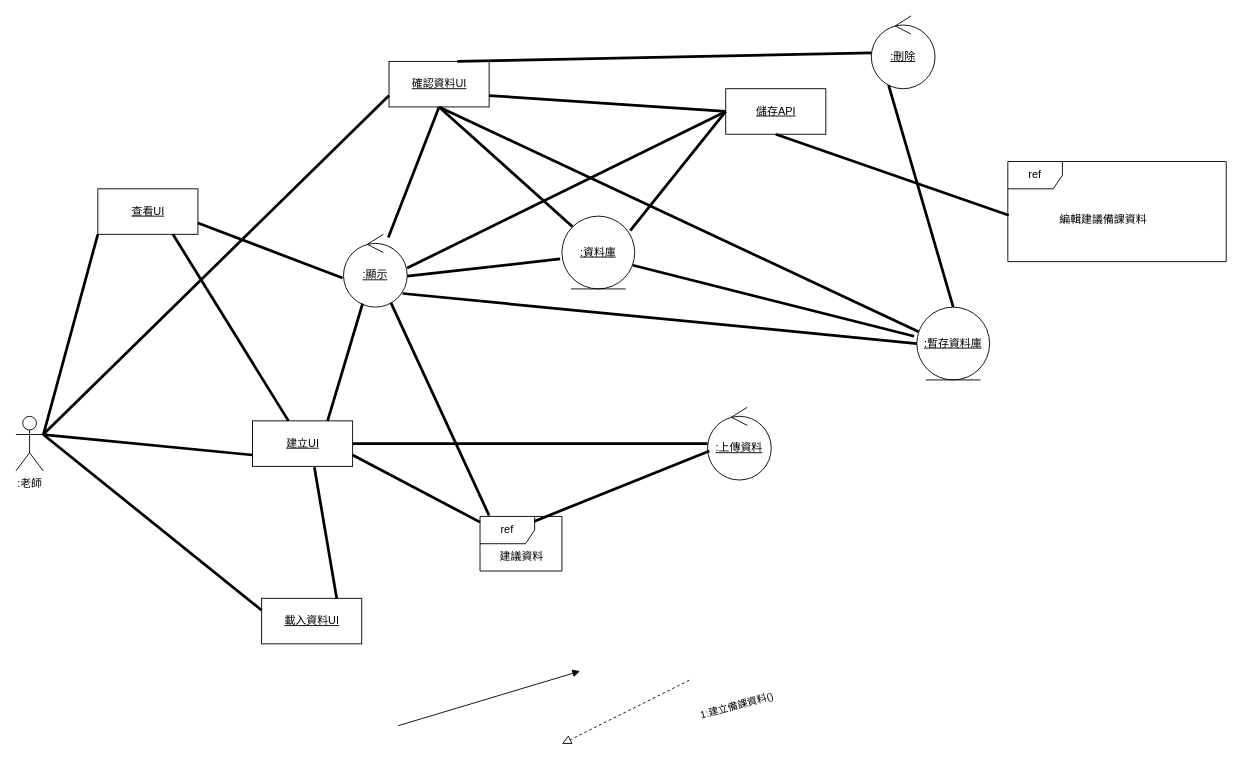
Earlier version of the draw.io diagram 溝通圖(完整版) .drawio (Kevincheng0804/System-analysis). Source tidied: cells renumbered, new cells numbered last; positions are measured from the earlier drawing's top-left corner, leaving out a move shared by most shapes. Both pictures are drawn from the tidied source at 91%, with x=0, y=0 at pixel (15, 15).
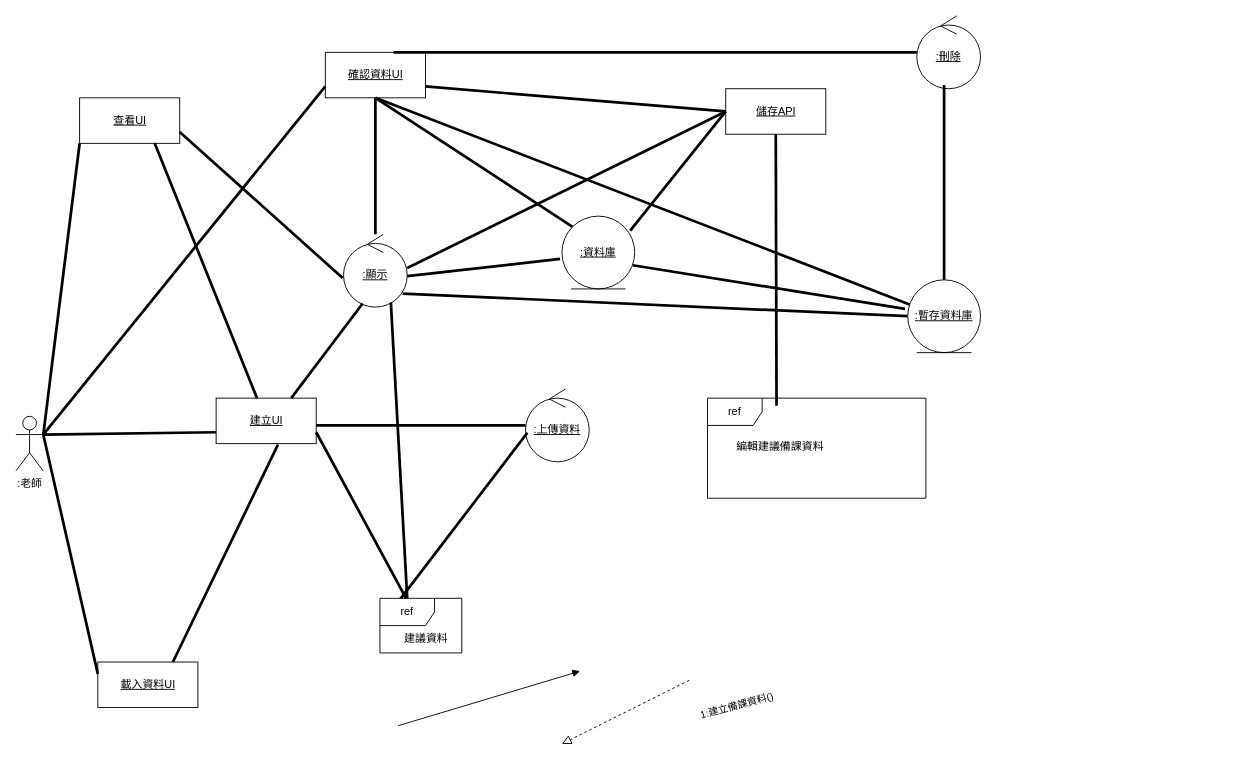
The same page after the edit.

Commit message:
更新溝通圖(完整版) .drawio

The change refers to these unchanged cells:
```xml
<mxCell id="7" value="&lt;u&gt;儲存API&lt;/u&gt;" style="html=1;" parent="1" vertex="1">
  <mxGeometry x="780" y="80" width="110" height="50" as="geometry" />
</mxCell>
<mxCell id="10" value="&lt;u&gt;:顯示&lt;/u&gt;" style="ellipse;shape=umlControl;whiteSpace=wrap;html=1;" parent="1" vertex="1">
  <mxGeometry x="360" y="240" width="70" height="80" as="geometry" />
</mxCell>
```

Diff of the diagram source:
```diff
@@
     <mxCell id="3" value="&lt;u&gt;查看UI&lt;/u&gt;" style="html=1;" parent="1" vertex="1">
-      <mxGeometry x="90" y="190" width="110" height="50" as="geometry" />
+      <mxGeometry x="70" y="90" width="110" height="50" as="geometry" />
     </mxCell>
     <mxCell id="4" value="&lt;u&gt;建立UI&lt;/u&gt;" style="html=1;" parent="1" vertex="1">
-      <mxGeometry x="260" y="445" width="110" height="50" as="geometry" />
+      <mxGeometry x="220" y="420" width="110" height="50" as="geometry" />
     </mxCell>
     <mxCell id="5" value="&lt;u&gt;載入資料UI&lt;/u&gt;" style="html=1;" parent="1" vertex="1">
-      <mxGeometry x="270" y="640" width="110" height="50" as="geometry" />
+      <mxGeometry x="90" y="710" width="110" height="50" as="geometry" />
     </mxCell>
     <mxCell id="6" value="&lt;u&gt;確認資料UI&lt;/u&gt;" style="html=1;" parent="1" vertex="1">
-      <mxGeometry x="410" y="50" width="110" height="50" as="geometry" />
+      <mxGeometry x="340" y="40" width="110" height="50" as="geometry" />
     </mxCell>
@@
     <mxCell id="8" value="&lt;u&gt;:刪除&lt;/u&gt;" style="ellipse;shape=umlControl;whiteSpace=wrap;html=1;" parent="1" vertex="1">
-      <mxGeometry x="940" width="70" height="80" as="geometry" />
+      <mxGeometry x="990" width="70" height="80" as="geometry" />
     </mxCell>
     <mxCell id="9" value="&lt;u&gt;:上傳資料&lt;/u&gt;" style="ellipse;shape=umlControl;whiteSpace=wrap;html=1;" parent="1" vertex="1">
-      <mxGeometry x="760" y="430" width="70" height="80" as="geometry" />
+      <mxGeometry x="560" y="410" width="70" height="80" as="geometry" />
     </mxCell>
@@
-    <mxCell id="20" style="endArrow=none;startArrow=none;endFill=0;startFill=0;endSize=8;html=1;verticalAlign=bottom;labelBackgroundColor=none;strokeWidth=3;rounded=0;exitX=1;exitY=0.5;exitDx=0;exitDy=0;" parent="1" edge="1" source="4" target="9">
-      <mxGeometry relative="1" as="geometry" />
+    <mxCell id="20" style="endArrow=none;startArrow=none;endFill=0;startFill=0;endSize=8;html=1;verticalAlign=bottom;labelBackgroundColor=none;strokeWidth=3;rounded=0;" parent="1" edge="1" target="9">
+      <mxGeometry relative="1" as="geometry">
+        <mxPoint x="330" y="450" as="sourcePoint" />
+      </mxGeometry>
     </mxCell>
@@
-    <mxCell id="29" style="endArrow=none;startArrow=none;endFill=0;startFill=0;endSize=8;html=1;verticalAlign=bottom;labelBackgroundColor=none;strokeWidth=3;rounded=0;exitX=0.5;exitY=1;exitDx=0;exitDy=0;entryX=0.004;entryY=0.536;entryDx=0;entryDy=0;entryPerimeter=0;" parent="1" edge="1" source="7" target="38">
+    <mxCell id="29" style="endArrow=none;startArrow=none;endFill=0;startFill=0;endSize=8;html=1;verticalAlign=bottom;labelBackgroundColor=none;strokeWidth=3;rounded=0;exitX=0.5;exitY=1;exitDx=0;exitDy=0;entryX=0.316;entryY=0.075;entryDx=0;entryDy=0;entryPerimeter=0;" parent="1" edge="1" source="7" target="38">
       <mxGeometry relative="1" as="geometry" />
     </mxCell>
@@
-    <mxCell id="34" style="endArrow=none;startArrow=none;endFill=0;startFill=0;endSize=8;html=1;verticalAlign=bottom;labelBackgroundColor=none;strokeWidth=3;rounded=0;exitX=0.271;exitY=0.95;exitDx=0;exitDy=0;exitPerimeter=0;entryX=0.5;entryY=0;entryDx=0;entryDy=0;" parent="1" edge="1" source="8" target="37">
-      <mxGeometry relative="1" as="geometry" />
+    <mxCell id="34" style="endArrow=none;startArrow=none;endFill=0;startFill=0;endSize=8;html=1;verticalAlign=bottom;labelBackgroundColor=none;strokeWidth=3;rounded=0;entryX=0.5;entryY=0;entryDx=0;entryDy=0;" parent="1" edge="1" target="37">
+      <mxGeometry relative="1" as="geometry">
+        <mxPoint x="1020" y="76" as="sourcePoint" />
+      </mxGeometry>
     </mxCell>
@@
     <mxCell id="37" value="&lt;u&gt;:暫存資料庫&lt;/u&gt;" style="ellipse;shape=umlEntity;whiteSpace=wrap;html=1;" parent="1" vertex="1">
-      <mxGeometry x="990" y="320" width="80" height="80" as="geometry" />
+      <mxGeometry x="980" y="290" width="80" height="80" as="geometry" />
     </mxCell>
     <mxCell id="38" value="ref" style="shape=umlFrame;whiteSpace=wrap;html=1;" parent="1" vertex="1">
-      <mxGeometry x="1090" y="160" width="240" height="110" as="geometry" />
+      <mxGeometry x="760" y="420" width="240" height="110" as="geometry" />
     </mxCell>
     <mxCell id="39" value="&lt;span style=&quot;color: rgb(0, 0, 0); font-family: Helvetica; font-size: 12px; font-style: normal; font-variant-ligatures: normal; font-variant-caps: normal; font-weight: 400; letter-spacing: normal; orphans: 2; text-align: center; text-indent: 0px; text-transform: none; widows: 2; word-spacing: 0px; -webkit-text-stroke-width: 0px; background-color: rgb(251, 251, 251); text-decoration-thickness: initial; text-decoration-style: initial; text-decoration-color: initial; float: none; display: inline !important;&quot;&gt;編輯建議備課資料&lt;/span&gt;" style="text;whiteSpace=wrap;html=1;rotation=0;" parent="1" vertex="1">
-      <mxGeometry x="1145" y="210" width="130" height="40" as="geometry" />
+      <mxGeometry x="790" y="460" width="130" height="40" as="geometry" />
     </mxCell>
     <mxCell id="40" value="ref" style="shape=umlFrame;whiteSpace=wrap;html=1;" parent="1" vertex="1">
-      <mxGeometry x="510" y="550" width="90" height="60" as="geometry" />
+      <mxGeometry x="400" y="640" width="90" height="60" as="geometry" />
     </mxCell>
     <mxCell id="41" value="&lt;span style=&quot;color: rgb(0, 0, 0); font-family: Helvetica; font-size: 12px; font-style: normal; font-variant-ligatures: normal; font-variant-caps: normal; font-weight: 400; letter-spacing: normal; orphans: 2; text-align: center; text-indent: 0px; text-transform: none; widows: 2; word-spacing: 0px; -webkit-text-stroke-width: 0px; background-color: rgb(251, 251, 251); text-decoration-thickness: initial; text-decoration-style: initial; text-decoration-color: initial; float: none; display: inline !important;&quot;&gt;建議資料&lt;/span&gt;" style="text;whiteSpace=wrap;html=1;" parent="1" vertex="1">
-      <mxGeometry x="530" y="580" width="80" height="40" as="geometry" />
+      <mxGeometry x="425" y="670" width="80" height="40" as="geometry" />
     </mxCell>
-    <mxCell id="42" style="endArrow=none;startArrow=none;endFill=0;startFill=0;endSize=8;html=1;verticalAlign=bottom;labelBackgroundColor=none;strokeWidth=3;rounded=0;exitX=0.743;exitY=0.938;exitDx=0;exitDy=0;exitPerimeter=0;entryX=0.111;entryY=-0.017;entryDx=0;entryDy=0;entryPerimeter=0;" parent="1" edge="1" source="10" target="40">
-      <mxGeometry relative="1" as="geometry" />
+    <mxCell id="42" style="endArrow=none;startArrow=none;endFill=0;startFill=0;endSize=8;html=1;verticalAlign=bottom;labelBackgroundColor=none;strokeWidth=3;rounded=0;exitX=0.743;exitY=0.938;exitDx=0;exitDy=0;exitPerimeter=0;" parent="1" edge="1" source="10">
+      <mxGeometry relative="1" as="geometry">
+        <mxPoint x="430" y="640" as="targetPoint" />
+      </mxGeometry>
     </mxCell>
```
